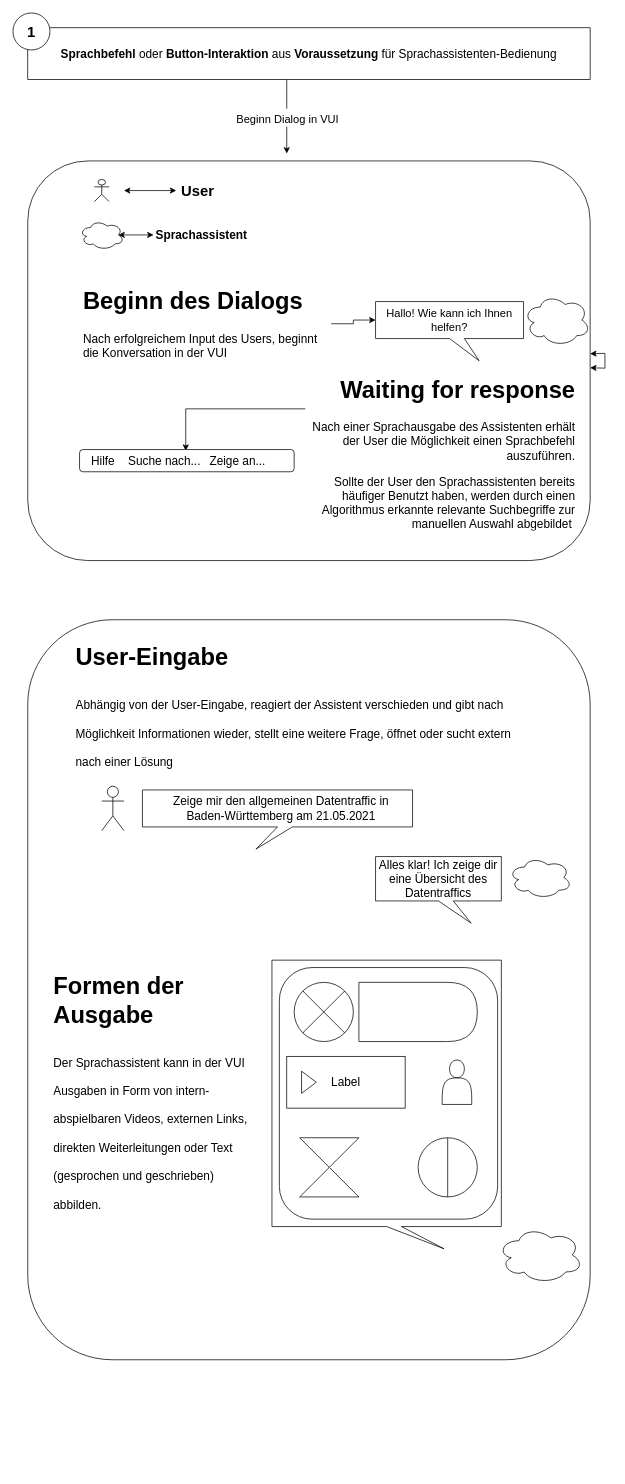
ChillyVanilly/IFD keeps this draw.io diagram as Untitled Diagram.drawio. Above is the earlier version. Source tidied: cells renumbered, new cells numbered last; positions are measured from the earlier drawing's top-left corner, leaving out a move shared by most shapes. Both pictures are drawn from the tidied source at 74%, with x=0, y=0 at pixel (13, 13).
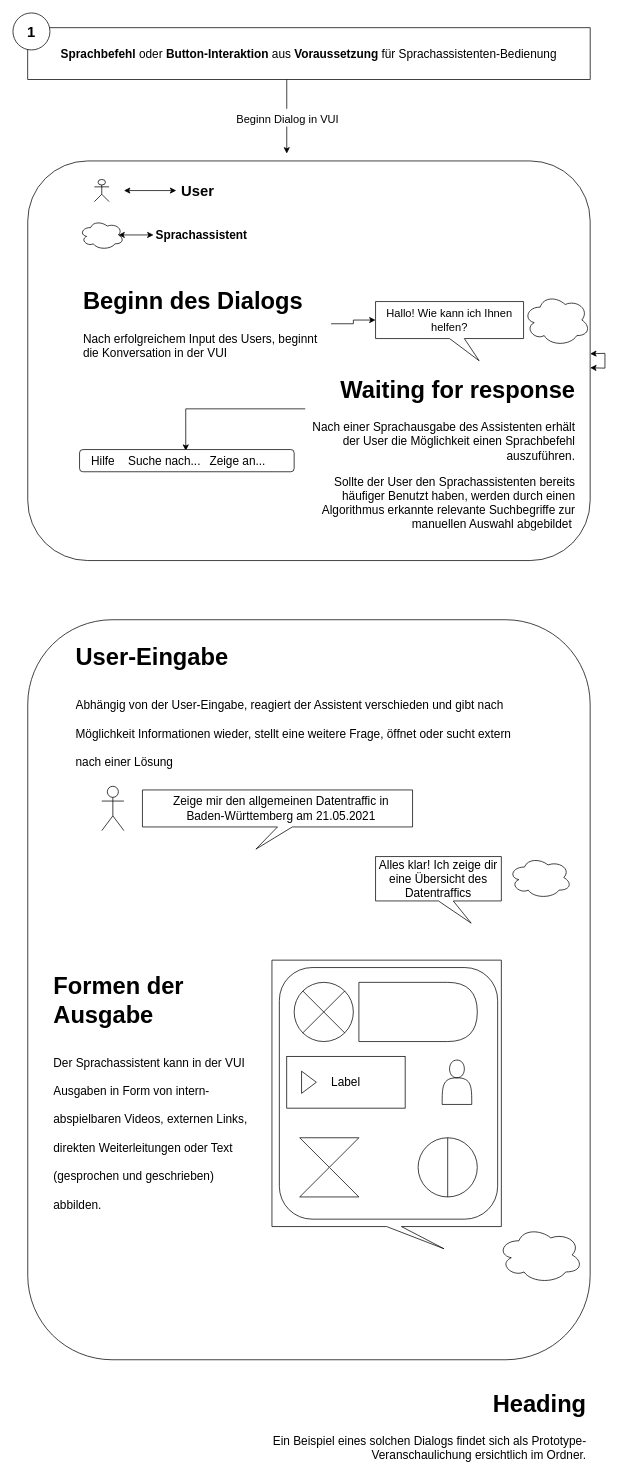
Above is the later version.

Diff of the diagram source:
```diff
@@
+    <mxCell id="43" value="&lt;h1&gt;Heading&lt;/h1&gt;&lt;p&gt;Ein Beispiel eines solchen Dialogs findet sich als Prototype-Veranschaulichung ersichtlich im Ordner.&lt;/p&gt;" style="text;html=1;strokeColor=none;fillColor=none;spacing=5;spacingTop=-20;whiteSpace=wrap;overflow=hidden;rounded=0;fontSize=16;align=right;" parent="1" vertex="1">
+      <mxGeometry x="280" y="1850" width="500" height="120" as="geometry" />
+    </mxCell>
```
